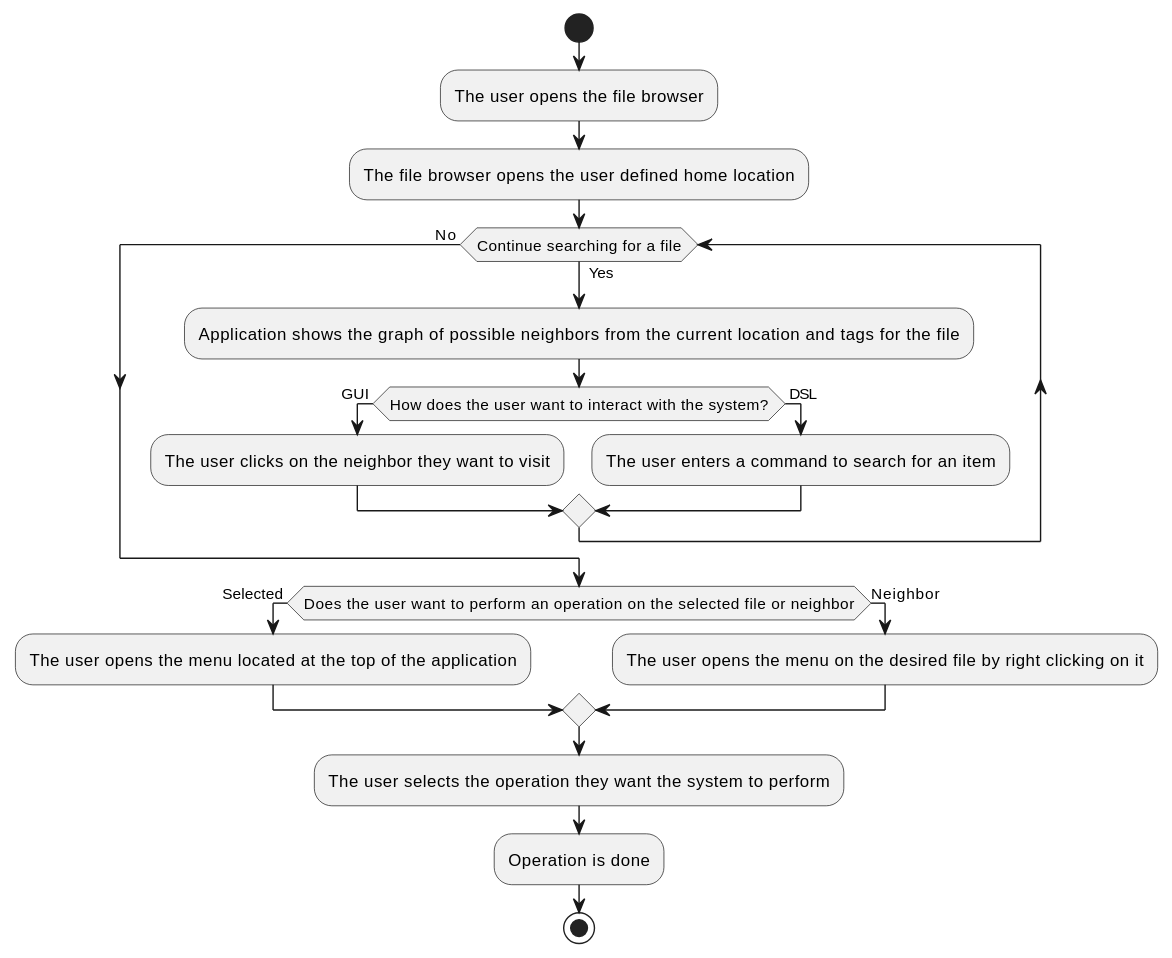
Earlier version of the PlantUML export thesis/chapters/analysis/use-cases/search-for-a-file/search-for-a-file-activity-diagram.svg (TrueBubo/Graphle). Its source is kept beside it as thesis/chapters/analysis/use-cases/search-for-a-file/search-for-a-file-activity-diagram.puml.
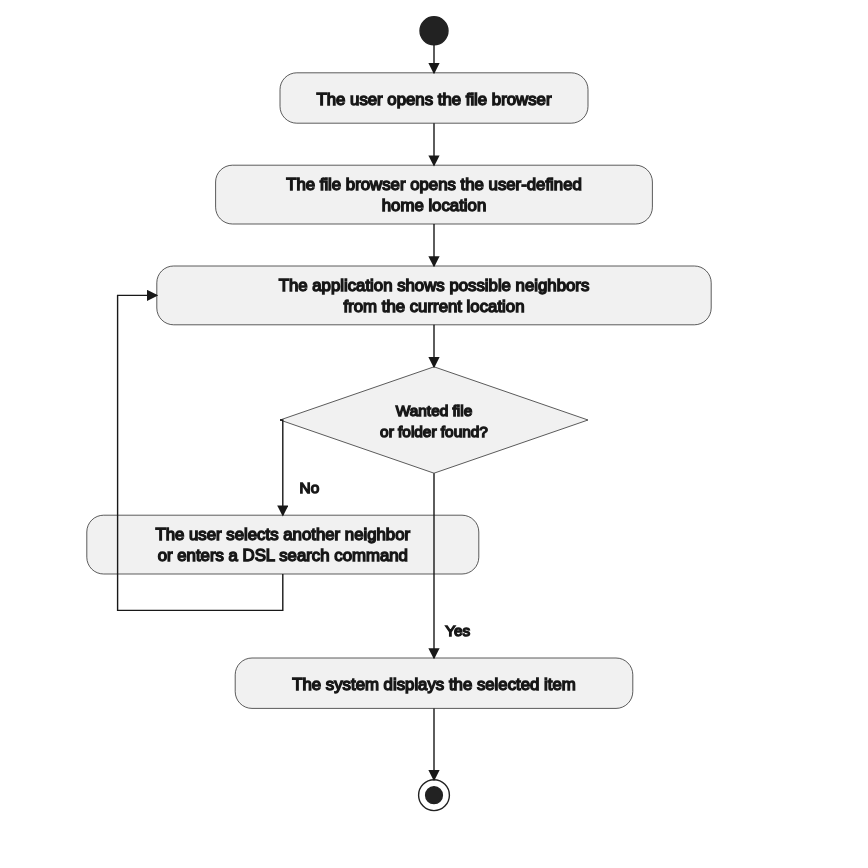
Above is the later version.

What changed in the source:
```diff
@@ -10,12 +10,6 @@
     :The user enters a command to search for an item;
 endif
 endwhile ( No )
-if (Does the user want to perform an operation on the selected file or neighbor) then ( Selected )
-    :The user opens the menu located at the top of the application;
-else (Neighbor)
-    :The user opens the menu on the desired file by right clicking on it;
-endif
-:The user selects the operation they want the system to perform;
-:Operation is done;
+:The system displays the selected file or folder;
 stop
 @enduml
```
